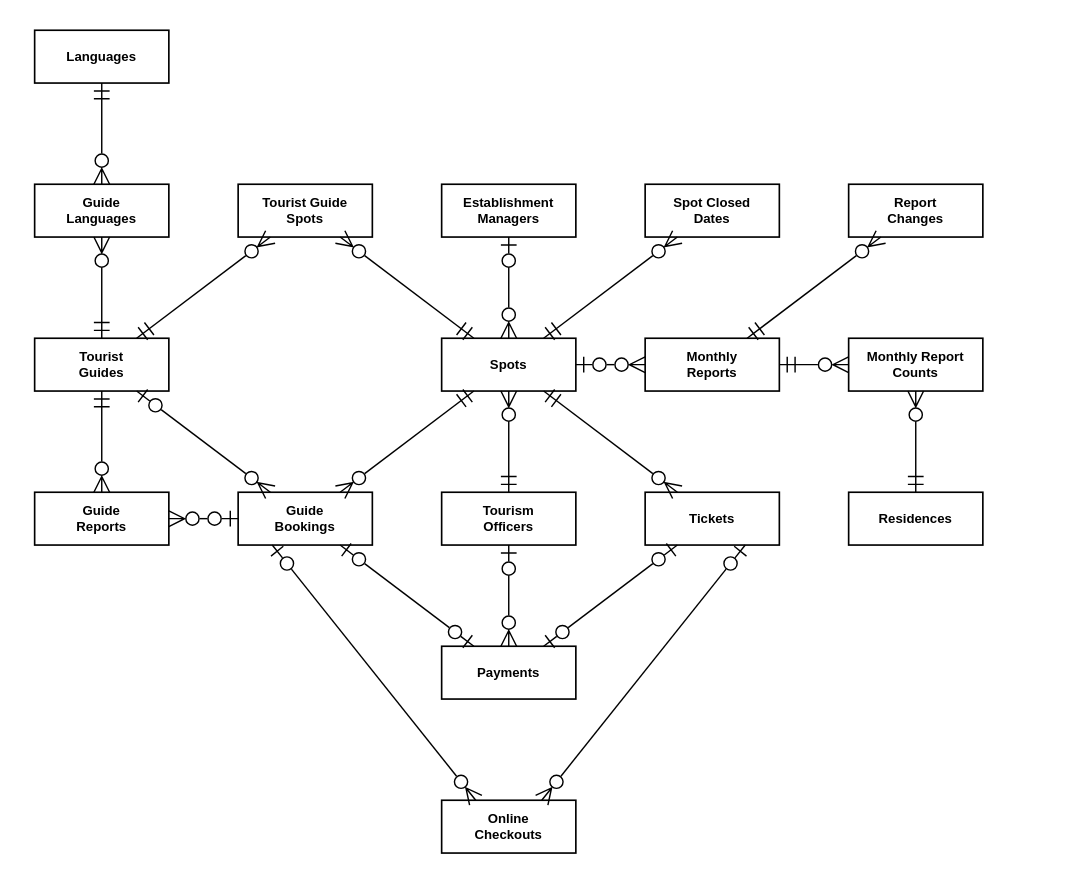
Above: docs/diagrams/ztims-erd.drawio in jefee0101/ZTIMS (draw.io), before the change. Source tidied: cells renumbered, new cells numbered last; positions are measured from the earlier drawing's top-left corner, leaving out a move shared by most shapes. Both pictures are drawn from the tidied source at 110%, with x=0, y=0 at pixel (34, 30).
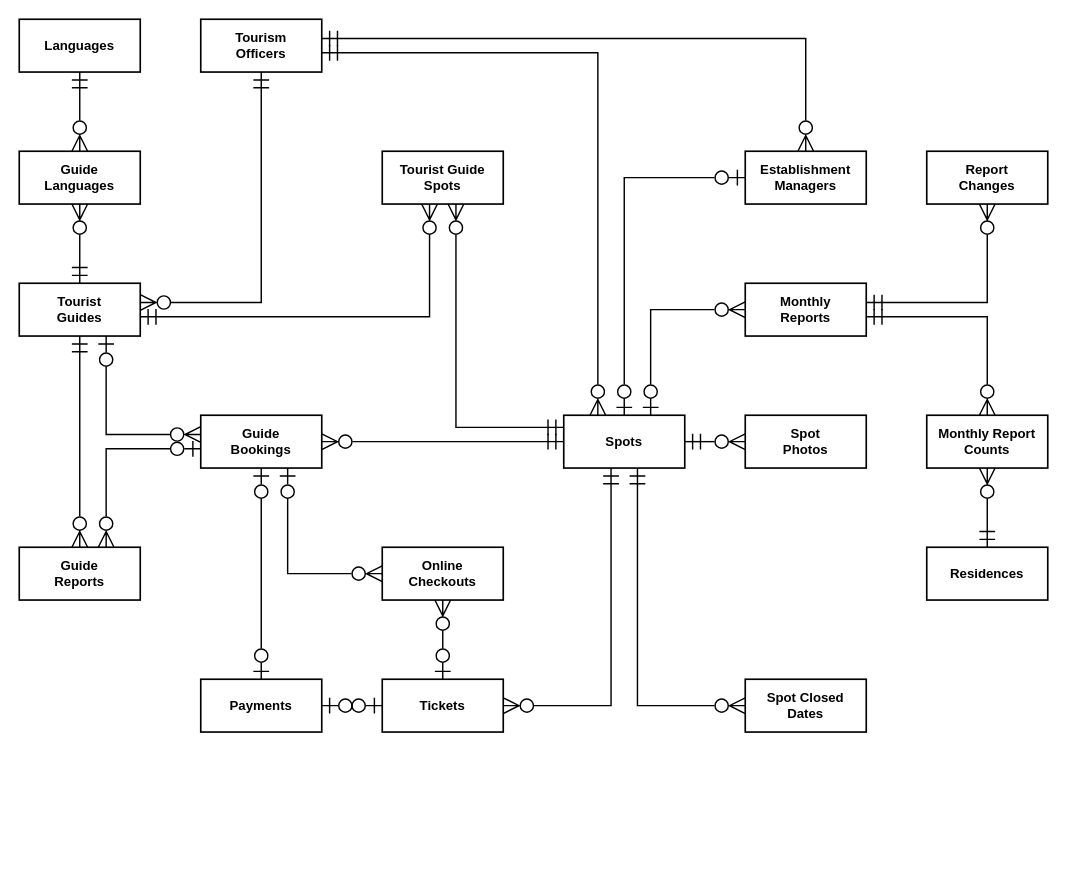
The same page after the edit.

Commit message (it also covers changes not shown here):
Redraw the ERD from main's schema with right-angled lines

Follows main: one listing per establishment (managers to spots is now one
to one), the new spot_photos table, and no officer column on payments.
Tourism Officers to Establishment Managers, Tourist Guides and Spots are
drawn relationships: the officer creates those accounts and office spots,
but no column records it. Every line is straight or bends at right angles,
with no crossings and no line through a table.

Claude-Session: https://claude.ai/code/session_01DodXmhEpoi71garNeHNJmv

Diff of the diagram source:
```diff
@@
     <mxCell id="2" value="Languages" style="rounded=0;whiteSpace=wrap;html=1;fillColor=#ffffff;strokeColor=#000000;strokeWidth=1.5;fontColor=#000000;fontStyle=1;fontSize=12;" parent="1" vertex="1">
-      <mxGeometry width="122" height="48" as="geometry" />
+      <mxGeometry x="-14" y="-10" width="110" height="48" as="geometry" />
     </mxCell>
+    <mxCell id="14" value="Tourism&lt;br&gt;Officers" style="rounded=0;whiteSpace=wrap;html=1;fillColor=#ffffff;strokeColor=#000000;strokeWidth=1.5;fontColor=#000000;fontStyle=1;fontSize=12;" parent="1" vertex="1">
+      <mxGeometry x="151" y="-10" width="110" height="48" as="geometry" />
+    </mxCell>
+    <mxCell id="5" value="Establishment&lt;br&gt;Managers" style="rounded=0;whiteSpace=wrap;html=1;fillColor=#ffffff;strokeColor=#000000;strokeWidth=1.5;fontColor=#000000;fontStyle=1;fontSize=12;" parent="1" vertex="1">
+      <mxGeometry x="646" y="110" width="110" height="48" as="geometry" />
+    </mxCell>
+    <mxCell id="40" value="Spot&lt;br&gt;Photos" style="rounded=0;whiteSpace=wrap;html=1;fillColor=#ffffff;strokeColor=#000000;strokeWidth=1.5;fontColor=#000000;fontStyle=1;fontSize=12;" parent="1" vertex="1">
+      <mxGeometry x="646" y="350" width="110" height="48" as="geometry" />
+    </mxCell>
     <mxCell id="3" value="Guide&lt;br&gt;Languages" style="rounded=0;whiteSpace=wrap;html=1;fillColor=#ffffff;strokeColor=#000000;strokeWidth=1.5;fontColor=#000000;fontStyle=1;fontSize=12;" parent="1" vertex="1">
-      <mxGeometry y="140" width="122" height="48" as="geometry" />
+      <mxGeometry x="-14" y="110" width="110" height="48" as="geometry" />
     </mxCell>
     <mxCell id="4" value="Tourist Guide&lt;br&gt;Spots" style="rounded=0;whiteSpace=wrap;html=1;fillColor=#ffffff;strokeColor=#000000;strokeWidth=1.5;fontColor=#000000;fontStyle=1;fontSize=12;" parent="1" vertex="1">
-      <mxGeometry x="185" y="140" width="122" height="48" as="geometry" />
+      <mxGeometry x="316" y="110" width="110" height="48" as="geometry" />
     </mxCell>
-    <mxCell id="5" value="Establishment&lt;br&gt;Managers" style="rounded=0;whiteSpace=wrap;html=1;fillColor=#ffffff;strokeColor=#000000;strokeWidth=1.5;fontColor=#000000;fontStyle=1;fontSize=12;" parent="1" vertex="1">
-      <mxGeometry x="370" y="140" width="122" height="48" as="geometry" />
-    </mxCell>
     <mxCell id="6" value="Spot Closed&lt;br&gt;Dates" style="rounded=0;whiteSpace=wrap;html=1;fillColor=#ffffff;strokeColor=#000000;strokeWidth=1.5;fontColor=#000000;fontStyle=1;fontSize=12;" parent="1" vertex="1">
-      <mxGeometry x="555" y="140" width="122" height="48" as="geometry" />
+      <mxGeometry x="646" y="590" width="110" height="48" as="geometry" />
     </mxCell>
     <mxCell id="7" value="Report&lt;br&gt;Changes" style="rounded=0;whiteSpace=wrap;html=1;fillColor=#ffffff;strokeColor=#000000;strokeWidth=1.5;fontColor=#000000;fontStyle=1;fontSize=12;" parent="1" vertex="1">
-      <mxGeometry x="740" y="140" width="122" height="48" as="geometry" />
+      <mxGeometry x="811" y="110" width="110" height="48" as="geometry" />
     </mxCell>
     <mxCell id="8" value="Tourist&lt;br&gt;Guides" style="rounded=0;whiteSpace=wrap;html=1;fillColor=#ffffff;strokeColor=#000000;strokeWidth=1.5;fontColor=#000000;fontStyle=1;fontSize=12;" parent="1" vertex="1">
-      <mxGeometry y="280" width="122" height="48" as="geometry" />
+      <mxGeometry x="-14" y="230" width="110" height="48" as="geometry" />
     </mxCell>
     <mxCell id="9" value="Spots" style="rounded=0;whiteSpace=wrap;html=1;fillColor=#ffffff;strokeColor=#000000;strokeWidth=1.5;fontColor=#000000;fontStyle=1;fontSize=12;" parent="1" vertex="1">
-      <mxGeometry x="370" y="280" width="122" height="48" as="geometry" />
+      <mxGeometry x="481" y="350" width="110" height="48" as="geometry" />
     </mxCell>
     <mxCell id="10" value="Monthly&lt;br&gt;Reports" style="rounded=0;whiteSpace=wrap;html=1;fillColor=#ffffff;strokeColor=#000000;strokeWidth=1.5;fontColor=#000000;fontStyle=1;fontSize=12;" parent="1" vertex="1">
-      <mxGeometry x="555" y="280" width="122" height="48" as="geometry" />
+      <mxGeometry x="646" y="230" width="110" height="48" as="geometry" />
     </mxCell>
     <mxCell id="11" value="Monthly Report&lt;br&gt;Counts" style="rounded=0;whiteSpace=wrap;html=1;fillColor=#ffffff;strokeColor=#000000;strokeWidth=1.5;fontColor=#000000;fontStyle=1;fontSize=12;" parent="1" vertex="1">
-      <mxGeometry x="740" y="280" width="122" height="48" as="geometry" />
+      <mxGeometry x="811" y="350" width="110" height="48" as="geometry" />
     </mxCell>
     <mxCell id="12" value="Guide&lt;br&gt;Reports" style="rounded=0;whiteSpace=wrap;html=1;fillColor=#ffffff;strokeColor=#000000;strokeWidth=1.5;fontColor=#000000;fontStyle=1;fontSize=12;" parent="1" vertex="1">
-      <mxGeometry y="420" width="122" height="48" as="geometry" />
+      <mxGeometry x="-14" y="470" width="110" height="48" as="geometry" />
     </mxCell>
     <mxCell id="13" value="Guide&lt;br&gt;Bookings" style="rounded=0;whiteSpace=wrap;html=1;fillColor=#ffffff;strokeColor=#000000;strokeWidth=1.5;fontColor=#000000;fontStyle=1;fontSize=12;" parent="1" vertex="1">
-      <mxGeometry x="185" y="420" width="122" height="48" as="geometry" />
+      <mxGeometry x="151" y="350" width="110" height="48" as="geometry" />
     </mxCell>
-    <mxCell id="14" value="Tourism&lt;br&gt;Officers" style="rounded=0;whiteSpace=wrap;html=1;fillColor=#ffffff;strokeColor=#000000;strokeWidth=1.5;fontColor=#000000;fontStyle=1;fontSize=12;" parent="1" vertex="1">
-      <mxGeometry x="370" y="420" width="122" height="48" as="geometry" />
-    </mxCell>
+    <mxCell id="18" value="Online&lt;br&gt;Checkouts" style="rounded=0;whiteSpace=wrap;html=1;fillColor=#ffffff;strokeColor=#000000;strokeWidth=1.5;fontColor=#000000;fontStyle=1;fontSize=12;" parent="1" vertex="1">
+      <mxGeometry x="316" y="470" width="110" height="48" as="geometry" />
+    </mxCell>
     <mxCell id="15" value="Tickets" style="rounded=0;whiteSpace=wrap;html=1;fillColor=#ffffff;strokeColor=#000000;strokeWidth=1.5;fontColor=#000000;fontStyle=1;fontSize=12;" parent="1" vertex="1">
-      <mxGeometry x="555" y="420" width="122" height="48" as="geometry" />
+      <mxGeometry x="316" y="590" width="110" height="48" as="geometry" />
     </mxCell>
     <mxCell id="16" value="Residences" style="rounded=0;whiteSpace=wrap;html=1;fillColor=#ffffff;strokeColor=#000000;strokeWidth=1.5;fontColor=#000000;fontStyle=1;fontSize=12;" parent="1" vertex="1">
-      <mxGeometry x="740" y="420" width="122" height="48" as="geometry" />
+      <mxGeometry x="811" y="470" width="110" height="48" as="geometry" />
     </mxCell>
     <mxCell id="17" value="Payments" style="rounded=0;whiteSpace=wrap;html=1;fillColor=#ffffff;strokeColor=#000000;strokeWidth=1.5;fontColor=#000000;fontStyle=1;fontSize=12;" parent="1" vertex="1">
-      <mxGeometry x="370" y="560" width="122" height="48" as="geometry" />
+      <mxGeometry x="151" y="590" width="110" height="48" as="geometry" />
     </mxCell>
-    <mxCell id="18" value="Online&lt;br&gt;Checkouts" style="rounded=0;whiteSpace=wrap;html=1;fillColor=#ffffff;strokeColor=#000000;strokeWidth=1.5;fontColor=#000000;fontStyle=1;fontSize=12;" parent="1" vertex="1">
-      <mxGeometry x="370" y="700" width="122" height="48" as="geometry" />
-    </mxCell>
-    <mxCell id="19" style="edgeStyle=none;html=1;strokeColor=#000000;strokeWidth=1.3;startArrow=ERzeroToOne;endArrow=ERzeroToMany;startFill=0;endFill=0;startSize=12;endSize=12;" parent="1" edge="1" source="5" target="9">
-      <mxGeometry relative="1" as="geometry" />
+    <mxCell id="19" style="edgeStyle=none;rounded=0;html=1;strokeColor=#000000;strokeWidth=1.3;startArrow=ERmandOne;endArrow=ERzeroToMany;startFill=0;endFill=0;startSize=12;endSize=12;exitX=1.0;exitY=0.3646;exitPerimeter=0;entryX=0.5;entryY=0.0;entryPerimeter=0;" parent="1" edge="1" source="14" target="5">
+      <mxGeometry relative="1" as="geometry">
+        <Array as="points">
+          <mxPoint x="701" y="7.5" />
+        </Array>
+      </mxGeometry>
     </mxCell>
-    <mxCell id="20" style="edgeStyle=none;html=1;strokeColor=#000000;strokeWidth=1.3;startArrow=ERmandOne;endArrow=ERzeroToMany;startFill=0;endFill=0;startSize=12;endSize=12;" parent="1" edge="1" source="14" target="9">
-      <mxGeometry relative="1" as="geometry" />
+    <mxCell id="20" style="edgeStyle=none;rounded=0;html=1;strokeColor=#000000;strokeWidth=1.3;startArrow=ERmandOne;endArrow=ERzeroToMany;startFill=0;endFill=0;startSize=12;endSize=12;exitX=0.5;exitY=1.0;exitPerimeter=0;entryX=1.0;entryY=0.3646;entryPerimeter=0;" parent="1" edge="1" source="14" target="8">
+      <mxGeometry relative="1" as="geometry">
+        <Array as="points">
+          <mxPoint x="206" y="247.5" />
+        </Array>
+      </mxGeometry>
     </mxCell>
-    <mxCell id="21" style="edgeStyle=none;html=1;strokeColor=#000000;strokeWidth=1.3;startArrow=ERmandOne;endArrow=ERzeroToMany;startFill=0;endFill=0;startSize=12;endSize=12;" parent="1" edge="1" source="8" target="3">
-      <mxGeometry relative="1" as="geometry" />
+    <mxCell id="21" style="edgeStyle=none;rounded=0;html=1;strokeColor=#000000;strokeWidth=1.3;startArrow=ERmandOne;endArrow=ERzeroToMany;startFill=0;endFill=0;startSize=12;endSize=12;exitX=1.0;exitY=0.6354;exitPerimeter=0;entryX=0.2818;entryY=0.0;entryPerimeter=0;" parent="1" edge="1" source="14" target="9">
+      <mxGeometry relative="1" as="geometry">
+        <Array as="points">
+          <mxPoint x="512" y="20.5" />
+        </Array>
+      </mxGeometry>
     </mxCell>
-    <mxCell id="22" style="edgeStyle=none;html=1;strokeColor=#000000;strokeWidth=1.3;startArrow=ERmandOne;endArrow=ERzeroToMany;startFill=0;endFill=0;startSize=12;endSize=12;" parent="1" edge="1" source="2" target="3">
-      <mxGeometry relative="1" as="geometry" />
+    <mxCell id="22" style="edgeStyle=none;rounded=0;html=1;strokeColor=#000000;strokeWidth=1.3;startArrow=ERzeroToOne;endArrow=ERzeroToOne;startFill=0;endFill=0;startSize=12;endSize=12;exitX=0.0;exitY=0.5;exitPerimeter=0;entryX=0.5;entryY=0.0;entryPerimeter=0;" parent="1" edge="1" source="5" target="9">
+      <mxGeometry relative="1" as="geometry">
+        <Array as="points">
+          <mxPoint x="536" y="134" />
+        </Array>
+      </mxGeometry>
     </mxCell>
-    <mxCell id="23" style="edgeStyle=none;html=1;strokeColor=#000000;strokeWidth=1.3;startArrow=ERmandOne;endArrow=ERzeroToMany;startFill=0;endFill=0;startSize=12;endSize=12;" parent="1" edge="1" source="8" target="4">
+    <mxCell id="23" style="edgeStyle=none;rounded=0;html=1;strokeColor=#000000;strokeWidth=1.3;startArrow=ERmandOne;endArrow=ERzeroToMany;startFill=0;endFill=0;startSize=12;endSize=12;exitX=0.5;exitY=0.0;exitPerimeter=0;entryX=0.5;entryY=1.0;entryPerimeter=0;" parent="1" edge="1" source="8" target="3">
       <mxGeometry relative="1" as="geometry" />
     </mxCell>
-    <mxCell id="24" style="edgeStyle=none;html=1;strokeColor=#000000;strokeWidth=1.3;startArrow=ERmandOne;endArrow=ERzeroToMany;startFill=0;endFill=0;startSize=12;endSize=12;" parent="1" edge="1" source="9" target="4">
+    <mxCell id="24" style="edgeStyle=none;rounded=0;html=1;strokeColor=#000000;strokeWidth=1.3;startArrow=ERmandOne;endArrow=ERzeroToMany;startFill=0;endFill=0;startSize=12;endSize=12;exitX=0.5;exitY=1.0;exitPerimeter=0;entryX=0.5;entryY=0.0;entryPerimeter=0;" parent="1" edge="1" source="2" target="3">
       <mxGeometry relative="1" as="geometry" />
     </mxCell>
-    <mxCell id="25" style="edgeStyle=none;html=1;strokeColor=#000000;strokeWidth=1.3;startArrow=ERmandOne;endArrow=ERzeroToMany;startFill=0;endFill=0;startSize=12;endSize=12;" parent="1" edge="1" source="9" target="6">
-      <mxGeometry relative="1" as="geometry" />
+    <mxCell id="25" style="edgeStyle=none;rounded=0;html=1;strokeColor=#000000;strokeWidth=1.3;startArrow=ERmandOne;endArrow=ERzeroToMany;startFill=0;endFill=0;startSize=12;endSize=12;exitX=1.0;exitY=0.6354;exitPerimeter=0;entryX=0.3909;entryY=1.0;entryPerimeter=0;" parent="1" edge="1" source="8" target="4">
+      <mxGeometry relative="1" as="geometry">
+        <Array as="points">
+          <mxPoint x="359" y="260.5" />
+        </Array>
+      </mxGeometry>
     </mxCell>
-    <mxCell id="26" style="edgeStyle=none;html=1;strokeColor=#000000;strokeWidth=1.3;startArrow=ERmandOne;endArrow=ERzeroToMany;startFill=0;endFill=0;startSize=12;endSize=12;" parent="1" edge="1" source="9" target="13">
-      <mxGeometry relative="1" as="geometry" />
+    <mxCell id="26" style="edgeStyle=none;rounded=0;html=1;strokeColor=#000000;strokeWidth=1.3;startArrow=ERmandOne;endArrow=ERzeroToMany;startFill=0;endFill=0;startSize=12;endSize=12;exitX=0.0;exitY=0.2292;exitPerimeter=0;entryX=0.6091;entryY=1.0;entryPerimeter=0;" parent="1" edge="1" source="9" target="4">
+      <mxGeometry relative="1" as="geometry">
+        <Array as="points">
+          <mxPoint x="383" y="361" />
+        </Array>
+      </mxGeometry>
     </mxCell>
-    <mxCell id="27" style="edgeStyle=none;html=1;strokeColor=#000000;strokeWidth=1.3;startArrow=ERzeroToOne;endArrow=ERzeroToMany;startFill=0;endFill=0;startSize=12;endSize=12;" parent="1" edge="1" source="8" target="13">
+    <mxCell id="27" style="edgeStyle=none;rounded=0;html=1;strokeColor=#000000;strokeWidth=1.3;startArrow=ERmandOne;endArrow=ERzeroToMany;startFill=0;endFill=0;startSize=12;endSize=12;exitX=1.0;exitY=0.5;exitPerimeter=0;entryX=0.0;entryY=0.5;entryPerimeter=0;" parent="1" edge="1" source="9" target="40">
       <mxGeometry relative="1" as="geometry" />
     </mxCell>
-    <mxCell id="28" style="edgeStyle=none;html=1;strokeColor=#000000;strokeWidth=1.3;startArrow=ERmandOne;endArrow=ERzeroToMany;startFill=0;endFill=0;startSize=12;endSize=12;" parent="1" edge="1" source="8" target="12">
-      <mxGeometry relative="1" as="geometry" />
+    <mxCell id="28" style="edgeStyle=none;rounded=0;html=1;strokeColor=#000000;strokeWidth=1.3;startArrow=ERmandOne;endArrow=ERzeroToMany;startFill=0;endFill=0;startSize=12;endSize=12;exitX=0.6091;exitY=1.0;exitPerimeter=0;entryX=0.0;entryY=0.5;entryPerimeter=0;" parent="1" edge="1" source="9" target="6">
+      <mxGeometry relative="1" as="geometry">
+        <Array as="points">
+          <mxPoint x="548" y="614" />
+        </Array>
+      </mxGeometry>
     </mxCell>
-    <mxCell id="29" style="edgeStyle=none;html=1;strokeColor=#000000;strokeWidth=1.3;startArrow=ERzeroToOne;endArrow=ERzeroToMany;startFill=0;endFill=0;startSize=12;endSize=12;" parent="1" edge="1" source="13" target="12">
+    <mxCell id="29" style="edgeStyle=none;rounded=0;html=1;strokeColor=#000000;strokeWidth=1.3;startArrow=ERmandOne;endArrow=ERzeroToMany;startFill=0;endFill=0;startSize=12;endSize=12;exitX=0.0;exitY=0.5;exitPerimeter=0;entryX=1.0;entryY=0.5;entryPerimeter=0;" parent="1" edge="1" source="9" target="13">
       <mxGeometry relative="1" as="geometry" />
     </mxCell>
-    <mxCell id="30" style="edgeStyle=none;html=1;strokeColor=#000000;strokeWidth=1.3;startArrow=ERzeroToOne;endArrow=ERzeroToOne;startFill=0;endFill=0;startSize=12;endSize=12;" parent="1" edge="1" source="13" target="17">
-      <mxGeometry relative="1" as="geometry" />
+    <mxCell id="30" style="edgeStyle=none;rounded=0;html=1;strokeColor=#000000;strokeWidth=1.3;startArrow=ERzeroToOne;endArrow=ERzeroToMany;startFill=0;endFill=0;startSize=12;endSize=12;exitX=0.7182;exitY=1.0;exitPerimeter=0;entryX=0.0;entryY=0.3646;entryPerimeter=0;" parent="1" edge="1" source="8" target="13">
+      <mxGeometry relative="1" as="geometry">
+        <Array as="points">
+          <mxPoint x="65" y="367.5" />
+        </Array>
+      </mxGeometry>
     </mxCell>
-    <mxCell id="31" style="edgeStyle=none;html=1;strokeColor=#000000;strokeWidth=1.3;startArrow=ERzeroToOne;endArrow=ERzeroToOne;startFill=0;endFill=0;startSize=12;endSize=12;" parent="1" edge="1" source="15" target="17">
+    <mxCell id="31" style="edgeStyle=none;rounded=0;html=1;strokeColor=#000000;strokeWidth=1.3;startArrow=ERmandOne;endArrow=ERzeroToMany;startFill=0;endFill=0;startSize=12;endSize=12;exitX=0.5;exitY=1.0;exitPerimeter=0;entryX=0.5;entryY=0.0;entryPerimeter=0;" parent="1" edge="1" source="8" target="12">
       <mxGeometry relative="1" as="geometry" />
     </mxCell>
-    <mxCell id="32" style="edgeStyle=none;html=1;strokeColor=#000000;strokeWidth=1.3;startArrow=ERzeroToOne;endArrow=ERzeroToMany;startFill=0;endFill=0;startSize=12;endSize=12;" parent="1" edge="1" source="14" target="17">
-      <mxGeometry relative="1" as="geometry" />
+    <mxCell id="32" style="edgeStyle=none;rounded=0;html=1;strokeColor=#000000;strokeWidth=1.3;startArrow=ERzeroToOne;endArrow=ERzeroToMany;startFill=0;endFill=0;startSize=12;endSize=12;exitX=0.0;exitY=0.6354;exitPerimeter=0;entryX=0.7182;entryY=0.0;entryPerimeter=0;" parent="1" edge="1" source="13" target="12">
+      <mxGeometry relative="1" as="geometry">
+        <Array as="points">
+          <mxPoint x="65" y="380.5" />
+        </Array>
+      </mxGeometry>
     </mxCell>
-    <mxCell id="33" style="edgeStyle=none;html=1;strokeColor=#000000;strokeWidth=1.3;startArrow=ERmandOne;endArrow=ERzeroToMany;startFill=0;endFill=0;startSize=12;endSize=12;" parent="1" edge="1" source="9" target="15">
+    <mxCell id="33" style="edgeStyle=none;rounded=0;html=1;strokeColor=#000000;strokeWidth=1.3;startArrow=ERzeroToOne;endArrow=ERzeroToOne;startFill=0;endFill=0;startSize=12;endSize=12;exitX=0.5;exitY=1.0;exitPerimeter=0;entryX=0.5;entryY=0.0;entryPerimeter=0;" parent="1" edge="1" source="13" target="17">
       <mxGeometry relative="1" as="geometry" />
     </mxCell>
-    <mxCell id="34" style="edgeStyle=none;html=1;strokeColor=#000000;strokeWidth=1.3;startArrow=ERzeroToOne;endArrow=ERzeroToMany;startFill=0;endFill=0;startSize=12;endSize=12;exitX=0.2541;exitY=1.0;exitPerimeter=0;entryX=0.2541;entryY=0.0;entryPerimeter=0;" parent="1" edge="1" source="13" target="18">
+    <mxCell id="34" style="edgeStyle=none;rounded=0;html=1;strokeColor=#000000;strokeWidth=1.3;startArrow=ERzeroToOne;endArrow=ERzeroToOne;startFill=0;endFill=0;startSize=12;endSize=12;exitX=0.0;exitY=0.5;exitPerimeter=0;entryX=1.0;entryY=0.5;entryPerimeter=0;" parent="1" edge="1" source="15" target="17">
       <mxGeometry relative="1" as="geometry" />
     </mxCell>
-    <mxCell id="35" style="edgeStyle=none;html=1;strokeColor=#000000;strokeWidth=1.3;startArrow=ERzeroToOne;endArrow=ERzeroToMany;startFill=0;endFill=0;startSize=12;endSize=12;exitX=0.7459;exitY=1.0;exitPerimeter=0;entryX=0.7459;entryY=0.0;entryPerimeter=0;" parent="1" edge="1" source="15" target="18">
-      <mxGeometry relative="1" as="geometry" />
+    <mxCell id="35" style="edgeStyle=none;rounded=0;html=1;strokeColor=#000000;strokeWidth=1.3;startArrow=ERmandOne;endArrow=ERzeroToMany;startFill=0;endFill=0;startSize=12;endSize=12;exitX=0.3909;exitY=1.0;exitPerimeter=0;entryX=1.0;entryY=0.5;entryPerimeter=0;" parent="1" edge="1" source="9" target="15">
+      <mxGeometry relative="1" as="geometry">
+        <Array as="points">
+          <mxPoint x="524" y="614" />
+        </Array>
+      </mxGeometry>
     </mxCell>
-    <mxCell id="36" style="edgeStyle=none;html=1;strokeColor=#000000;strokeWidth=1.3;startArrow=ERzeroToOne;endArrow=ERzeroToMany;startFill=0;endFill=0;startSize=12;endSize=12;" parent="1" edge="1" source="9" target="10">
-      <mxGeometry relative="1" as="geometry" />
+    <mxCell id="36" style="edgeStyle=none;rounded=0;html=1;strokeColor=#000000;strokeWidth=1.3;startArrow=ERzeroToOne;endArrow=ERzeroToMany;startFill=0;endFill=0;startSize=12;endSize=12;exitX=0.7182;exitY=1.0;exitPerimeter=0;entryX=0.0;entryY=0.5;entryPerimeter=0;" parent="1" edge="1" source="13" target="18">
+      <mxGeometry relative="1" as="geometry">
+        <Array as="points">
+          <mxPoint x="230" y="494" />
+        </Array>
+      </mxGeometry>
     </mxCell>
-    <mxCell id="37" style="edgeStyle=none;html=1;strokeColor=#000000;strokeWidth=1.3;startArrow=ERmandOne;endArrow=ERzeroToMany;startFill=0;endFill=0;startSize=12;endSize=12;" parent="1" edge="1" source="10" target="11">
+    <mxCell id="37" style="edgeStyle=none;rounded=0;html=1;strokeColor=#000000;strokeWidth=1.3;startArrow=ERzeroToOne;endArrow=ERzeroToMany;startFill=0;endFill=0;startSize=12;endSize=12;exitX=0.5;exitY=0.0;exitPerimeter=0;entryX=0.5;entryY=1.0;entryPerimeter=0;" parent="1" edge="1" source="15" target="18">
       <mxGeometry relative="1" as="geometry" />
     </mxCell>
-    <mxCell id="38" style="edgeStyle=none;html=1;strokeColor=#000000;strokeWidth=1.3;startArrow=ERmandOne;endArrow=ERzeroToMany;startFill=0;endFill=0;startSize=12;endSize=12;" parent="1" edge="1" source="16" target="11">
-      <mxGeometry relative="1" as="geometry" />
+    <mxCell id="38" style="edgeStyle=none;rounded=0;html=1;strokeColor=#000000;strokeWidth=1.3;startArrow=ERzeroToOne;endArrow=ERzeroToMany;startFill=0;endFill=0;startSize=12;endSize=12;exitX=0.7182;exitY=0.0;exitPerimeter=0;entryX=0.0;entryY=0.5;entryPerimeter=0;" parent="1" edge="1" source="9" target="10">
+      <mxGeometry relative="1" as="geometry">
+        <Array as="points">
+          <mxPoint x="560" y="254" />
+        </Array>
+      </mxGeometry>
     </mxCell>
-    <mxCell id="39" style="edgeStyle=none;html=1;strokeColor=#000000;strokeWidth=1.3;startArrow=ERmandOne;endArrow=ERzeroToMany;startFill=0;endFill=0;startSize=12;endSize=12;" parent="1" edge="1" source="10" target="7">
-      <mxGeometry relative="1" as="geometry" />
+    <mxCell id="39" style="edgeStyle=none;rounded=0;html=1;strokeColor=#000000;strokeWidth=1.3;startArrow=ERmandOne;endArrow=ERzeroToMany;startFill=0;endFill=0;startSize=12;endSize=12;exitX=1.0;exitY=0.6354;exitPerimeter=0;entryX=0.5;entryY=0.0;entryPerimeter=0;" parent="1" edge="1" source="10" target="11">
+      <mxGeometry relative="1" as="geometry">
+        <Array as="points">
+          <mxPoint x="866" y="260.5" />
+        </Array>
+      </mxGeometry>
     </mxCell>
+    <mxCell id="41" style="edgeStyle=none;rounded=0;html=1;strokeColor=#000000;strokeWidth=1.3;startArrow=ERmandOne;endArrow=ERzeroToMany;startFill=0;endFill=0;startSize=12;endSize=12;exitX=0.5;exitY=0.0;exitPerimeter=0;entryX=0.5;entryY=1.0;entryPerimeter=0;" parent="1" edge="1" source="16" target="11">
+      <mxGeometry relative="1" as="geometry" />
+    </mxCell>
+    <mxCell id="42" style="edgeStyle=none;rounded=0;html=1;strokeColor=#000000;strokeWidth=1.3;startArrow=ERmandOne;endArrow=ERzeroToMany;startFill=0;endFill=0;startSize=12;endSize=12;exitX=1.0;exitY=0.3646;exitPerimeter=0;entryX=0.5;entryY=1.0;entryPerimeter=0;" parent="1" edge="1" source="10" target="7">
+      <mxGeometry relative="1" as="geometry">
+        <Array as="points">
+          <mxPoint x="866" y="247.5" />
+        </Array>
+      </mxGeometry>
+    </mxCell>
```
